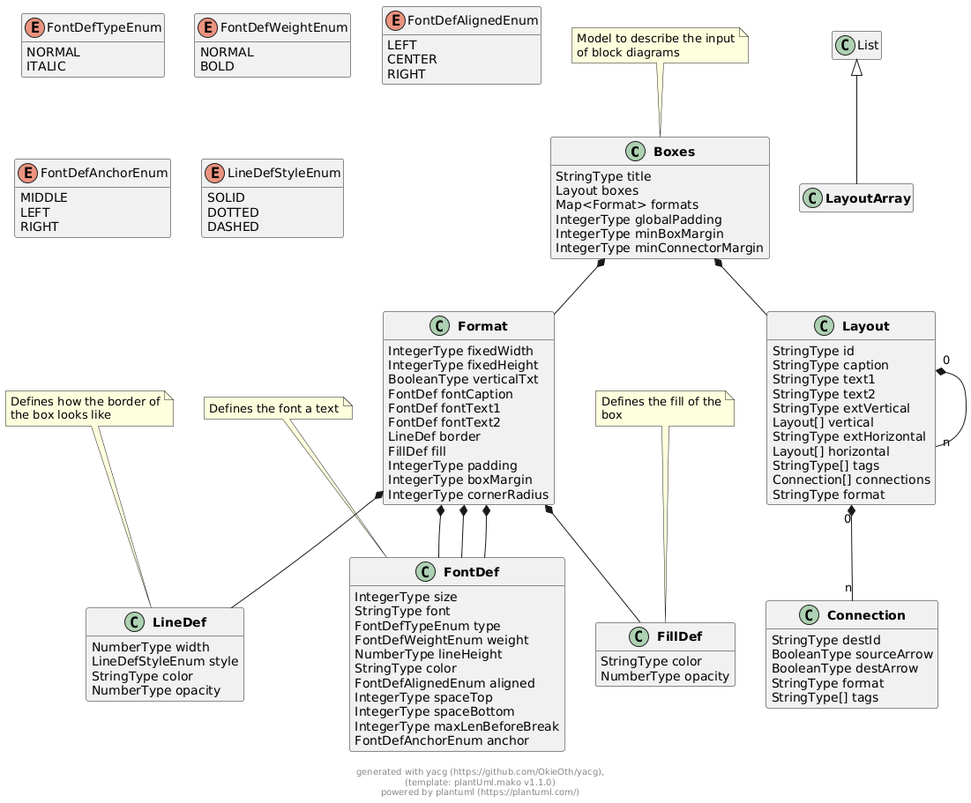
Earlier version of the PlantUML export docs/models/png/boxes.png (OkieOth/draw.chart.things).
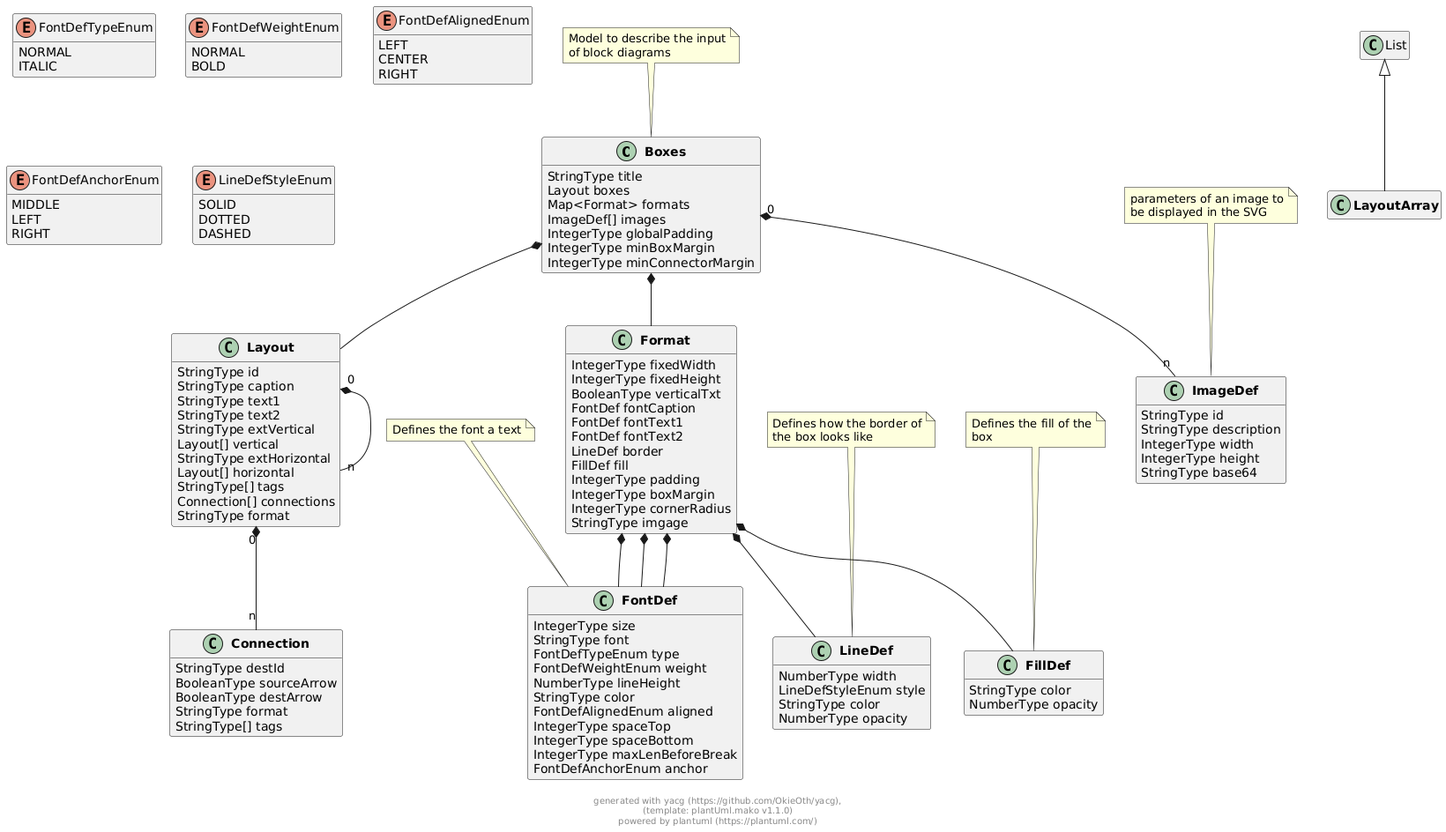
After the change.

Commit message:
extended boxes models with additional attribs for image definitions

What changed in the source:
```diff
@@ -7,6 +7,7 @@
         StringType title
         Layout boxes
         Map<Format> formats
+        ImageDef[] images
         IntegerType globalPadding
         IntegerType minBoxMargin
         IntegerType minConnectorMargin
@@ -44,6 +45,7 @@
         IntegerType padding
         IntegerType boxMargin
         IntegerType cornerRadius
+        StringType imgage
 }
 
 
@@ -124,12 +126,25 @@
 
 
 
+class "**ImageDef**" as ImageDef {
+        StringType id
+        StringType description
+        IntegerType width
+        IntegerType height
+        StringType base64
+}
+note top: parameters of an image to\nbe displayed in the SVG
+
+
+
 
 
 
 Boxes  *--  Layout
 
 Boxes  *--  Format
+
+Boxes "0" *-- "n" ImageDef
 
 
 
@@ -199,5 +214,12 @@
 
 
 
+
+
+
+
+
+
+
 footer \ngenerated with yacg (https://github.com/OkieOth/yacg),\n(template: plantUml.mako v1.1.0)\npowered by plantuml (https://plantuml.com/)
 @enduml
```
